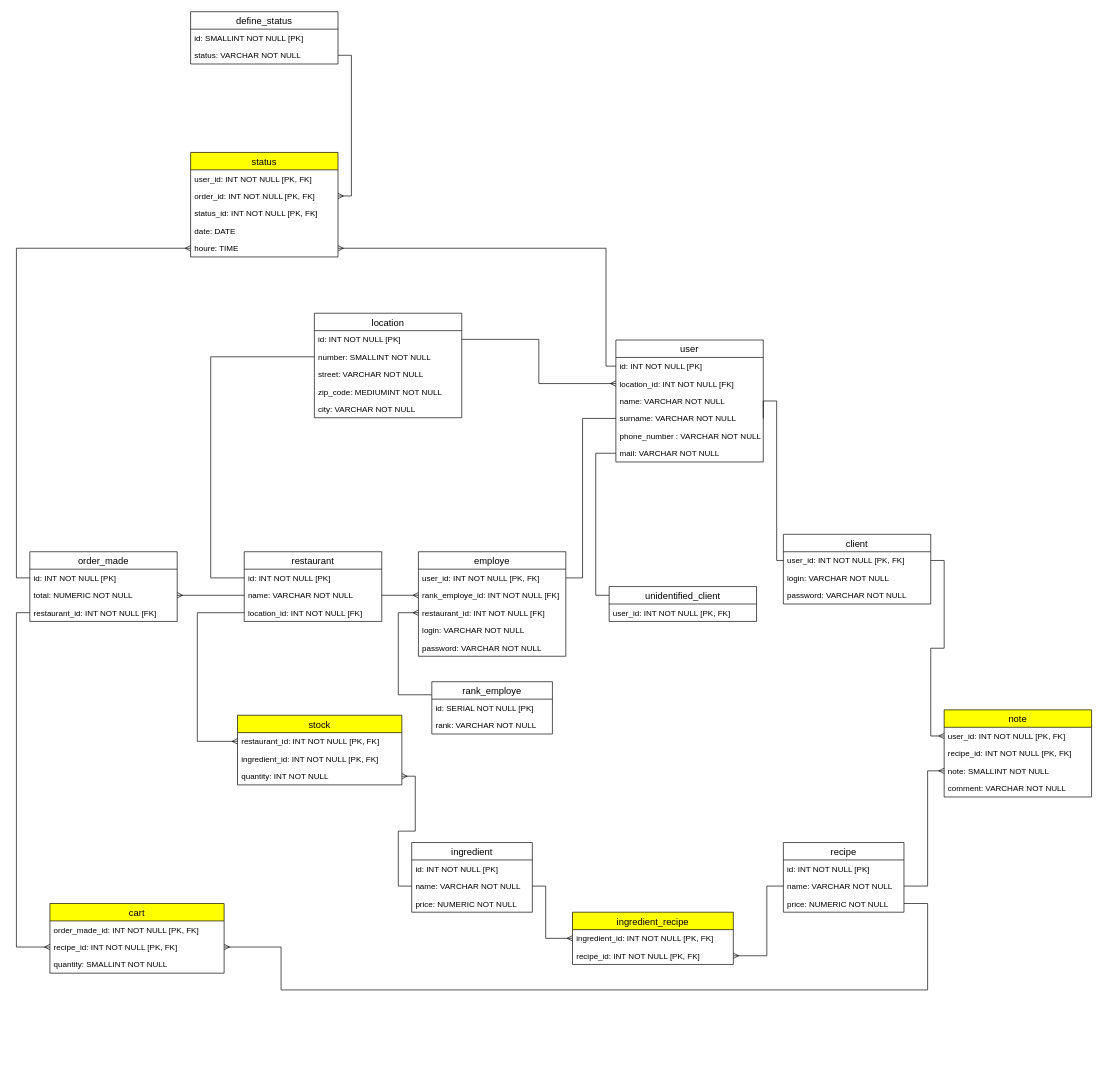
The draw.io diagram MPD.drawio in damien-devpy/OC-P6, before the edit. Source tidied: cells renumbered, new cells numbered last; positions are measured from the earlier drawing's top-left corner, leaving out a move shared by most shapes. Both pictures are drawn from the tidied source at 67%, with x=0, y=0 at pixel (16, 11).
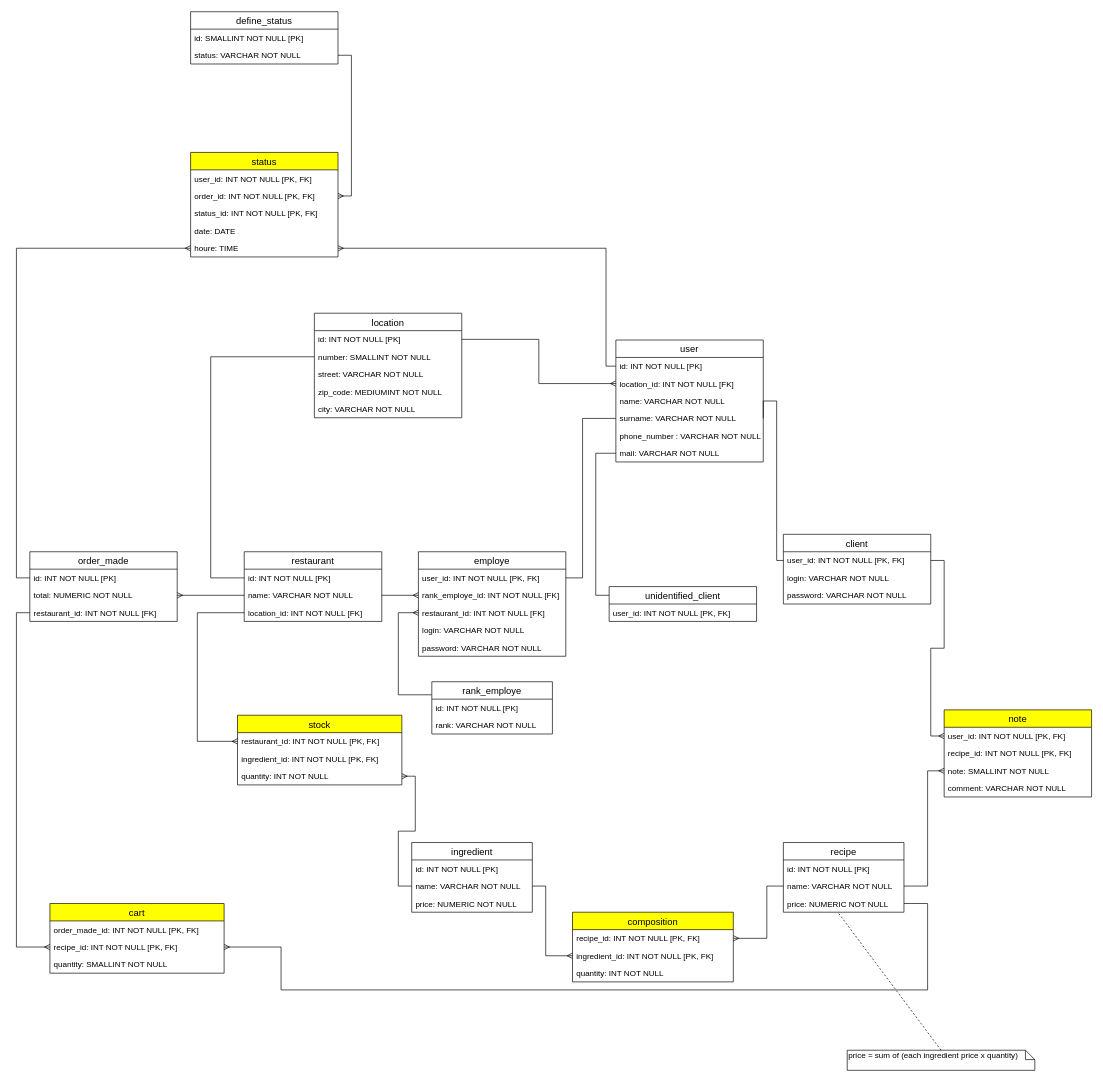
Above is the later version.

Commit message (it also covers changes not shown here):
Create data to insert in DBB. Add column quantity in recipe table

Unchanged cells that the change refers to:
```xml
<mxCell id="74" value="name: VARCHAR NOT NULL" style="text;strokeColor=none;fillColor=none;spacingLeft=4;spacingRight=4;overflow=hidden;points=[[0,0.5],[1,0.5]];portConstraint=eastwest;fontSize=12;labelBackgroundColor=#ffffff;" parent="72" vertex="1">
  <mxGeometry y="52" width="180" height="26" as="geometry" />
</mxCell>
<mxCell id="75" value="price: NUMERIC NOT NULL" style="text;strokeColor=none;fillColor=none;spacingLeft=4;spacingRight=4;overflow=hidden;points=[[0,0.5],[1,0.5]];portConstraint=eastwest;fontSize=12;" parent="72" vertex="1">
  <mxGeometry y="78" width="180" height="26" as="geometry" />
</mxCell>
<mxCell id="78" value="name: VARCHAR NOT NULL" style="text;strokeColor=none;fillColor=none;spacingLeft=4;spacingRight=4;overflow=hidden;points=[[0,0.5],[1,0.5]];portConstraint=eastwest;fontSize=12;labelBackgroundColor=#ffffff;" parent="76" vertex="1">
  <mxGeometry y="52" width="180" height="26" as="geometry" />
</mxCell>
<mxCell id="83" value="rank_employe" style="swimlane;fontStyle=0;horizontal=1;startSize=26;align=center;fontSize=14;labelBackgroundColor=#ffffff;strokeColor=#000000;" parent="1" vertex="1">
  <mxGeometry x="620" y="1000" width="180" height="78" as="geometry" />
</mxCell>
```

Change to the diagram source:
```diff
@@
     <mxCell id="12" style="edgeStyle=orthogonalEdgeStyle;rounded=0;jettySize=auto;html=1;exitX=1;exitY=0.5;exitDx=0;exitDy=0;entryX=0;entryY=0.5;entryDx=0;entryDy=0;startArrow=none;startFill=0;endArrow=ERmany;endFill=0;" parent="1" edge="1" source="78" target="81">
       <mxGeometry relative="1" as="geometry">
         <Array as="points">
           <mxPoint x="790" y="1305" />
-          <mxPoint x="790" y="1383" />
+          <mxPoint x="790" y="1409" />
         </Array>
       </mxGeometry>
     </mxCell>
     <mxCell id="13" style="edgeStyle=orthogonalEdgeStyle;rounded=0;jettySize=auto;html=1;exitX=1;exitY=0.5;exitDx=0;exitDy=0;entryX=0;entryY=0.5;entryDx=0;entryDy=0;startArrow=ERmany;startFill=0;endArrow=none;endFill=0;" parent="1" edge="1" source="82" target="74">
       <mxGeometry relative="1" as="geometry">
         <Array as="points">
-          <mxPoint x="1120" y="1409" />
+          <mxPoint x="1120" y="1383" />
           <mxPoint x="1120" y="1305" />
         </Array>
       </mxGeometry>
     </mxCell>
@@
-    <mxCell id="80" value="ingredient_recipe" style="swimlane;fontStyle=0;horizontal=1;startSize=26;align=center;fontSize=14;labelBackgroundColor=none;strokeColor=#000000;fillColor=#FFFF00;" parent="1" vertex="1">
-      <mxGeometry x="830" y="1344" width="240" height="78" as="geometry" />
+    <mxCell id="80" value="composition" style="swimlane;fontStyle=0;horizontal=1;startSize=26;align=center;fontSize=14;labelBackgroundColor=none;strokeColor=#000000;fillColor=#FFFF00;" parent="1" vertex="1">
+      <mxGeometry x="830" y="1344" width="240" height="104" as="geometry" />
     </mxCell>
+    <mxCell id="82" value="recipe_id: INT NOT NULL [PK, FK]" style="text;strokeColor=none;fillColor=none;spacingLeft=4;spacingRight=4;overflow=hidden;points=[[0,0.5],[1,0.5]];portConstraint=eastwest;fontSize=12;" parent="80" vertex="1">
+      <mxGeometry y="26" width="240" height="26" as="geometry" />
+    </mxCell>
     <mxCell id="81" value="ingredient_id: INT NOT NULL [PK, FK]" style="text;strokeColor=none;fillColor=none;spacingLeft=4;spacingRight=4;overflow=hidden;points=[[0,0.5],[1,0.5]];portConstraint=eastwest;fontSize=12;" parent="80" vertex="1">
-      <mxGeometry y="26" width="240" height="26" as="geometry" />
+      <mxGeometry y="52" width="240" height="26" as="geometry" />
     </mxCell>
-    <mxCell id="82" value="recipe_id: INT NOT NULL [PK, FK]" style="text;strokeColor=none;fillColor=none;spacingLeft=4;spacingRight=4;overflow=hidden;points=[[0,0.5],[1,0.5]];portConstraint=eastwest;fontSize=12;" parent="80" vertex="1">
-      <mxGeometry y="52" width="240" height="26" as="geometry" />
-    </mxCell>
+    <mxCell id="90" value="quantity: INT NOT NULL" style="text;strokeColor=none;fillColor=none;spacingLeft=4;spacingRight=4;overflow=hidden;fontSize=12;" parent="80" vertex="1">
+      <mxGeometry y="78" width="240" height="26" as="geometry" />
+    </mxCell>
@@
-    <mxCell id="84" value="id: SERIAL NOT NULL [PK]" style="text;strokeColor=none;fillColor=none;spacingLeft=4;spacingRight=4;overflow=hidden;fontSize=12;" parent="83" vertex="1">
+    <mxCell id="84" value="id: INT NOT NULL [PK]" style="text;strokeColor=none;fillColor=none;spacingLeft=4;spacingRight=4;overflow=hidden;fontSize=12;" parent="83" vertex="1">
       <mxGeometry y="26" width="180" height="26" as="geometry" />
     </mxCell>
@@
+    <mxCell id="91" value="price = sum of (each ingredient price x quantity)" style="shape=note;whiteSpace=wrap;html=1;size=14;verticalAlign=top;align=left;spacingTop=-6;" parent="1" vertex="1">
+      <mxGeometry x="1240" y="1550" width="280" height="30" as="geometry" />
+    </mxCell>
+    <mxCell id="92" style="endArrow=none;dashed=1;html=1;entryX=0.453;entryY=1.016;entryDx=0;entryDy=0;entryPerimeter=0;exitX=0.5;exitY=0;exitDx=0;exitDy=0;exitPerimeter=0;" parent="1" edge="1" source="91" target="75">
+      <mxGeometry relative="1" as="geometry" />
+    </mxCell>
```
